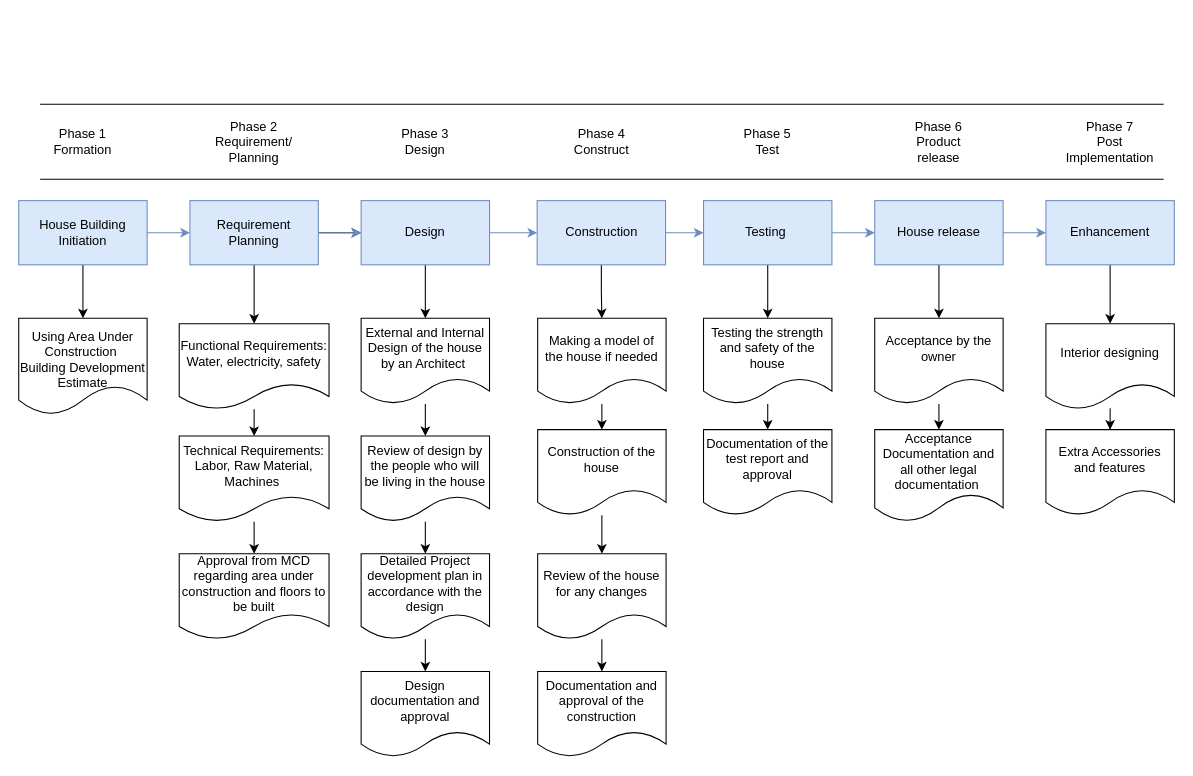
Dikshit28/SEPM_Dikshit19csu379 keeps this draw.io diagram as SDLC for building a house.drawio. Above is the earlier version. Source tidied: cells renumbered, new cells numbered last; positions are measured from the earlier drawing's top-left corner, leaving out a move shared by most shapes. Both pictures are drawn from the tidied source at 107%, with x=0, y=0 at pixel (18, 104).
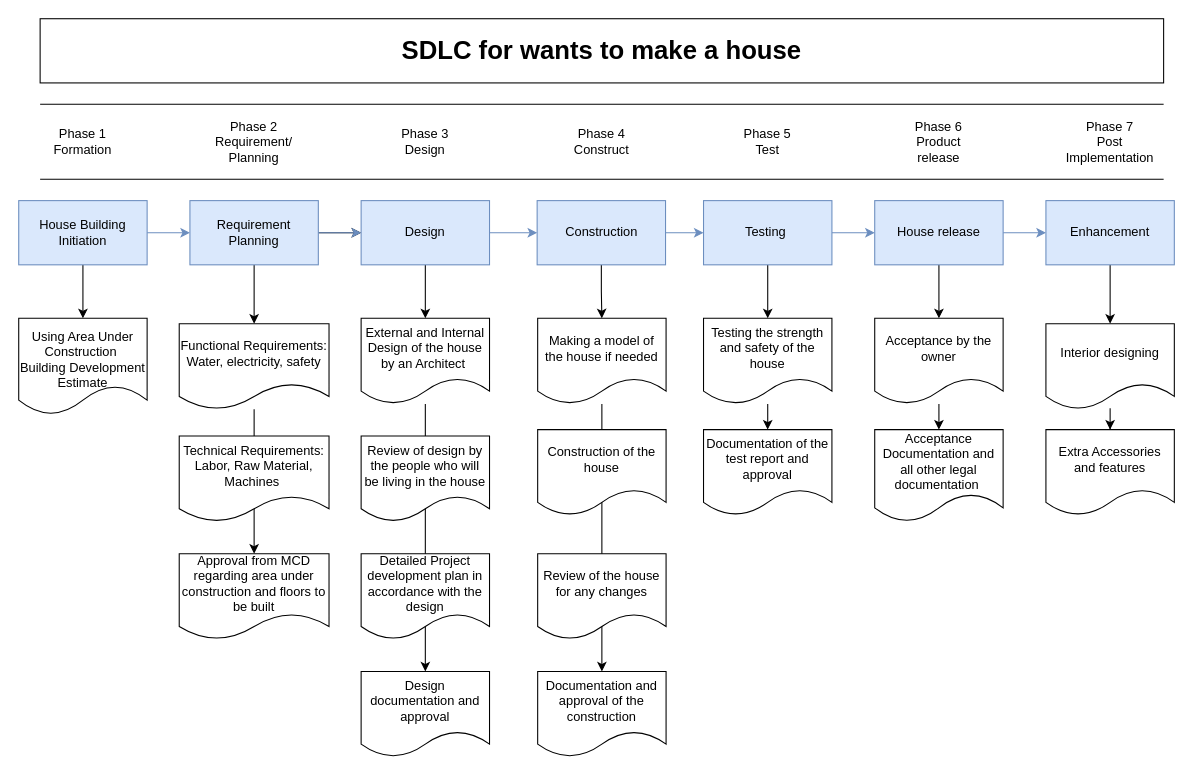
The same page after the edit.

The change refers to these unchanged cells:
```xml
<mxCell id="14" value="Functional Requirements:&lt;br&gt;Water, electricity, safety" style="shape=document;whiteSpace=wrap;html=1;boundedLbl=1;rounded=0;" parent="1" vertex="1">
  <mxGeometry x="150" y="205" width="140" height="80" as="geometry" />
</mxCell>
<mxCell id="16" value="Technical Requirements:&lt;br&gt;Labor, Raw Material, Machines&amp;nbsp;" style="shape=document;whiteSpace=wrap;html=1;boundedLbl=1;rounded=0;" parent="1" vertex="1">
  <mxGeometry x="150" y="310" width="140" height="80" as="geometry" />
</mxCell>
<mxCell id="17" value="Approval from MCD regarding area under construction and floors to be built" style="shape=document;whiteSpace=wrap;html=1;boundedLbl=1;rounded=0;" parent="1" vertex="1">
  <mxGeometry x="150" y="420" width="140" height="80" as="geometry" />
</mxCell>
<mxCell id="19" value="External and Internal Design of the house by an Architect&amp;nbsp;" style="shape=document;whiteSpace=wrap;html=1;boundedLbl=1;rounded=0;" parent="1" vertex="1">
  <mxGeometry x="320" y="200" width="120" height="80" as="geometry" />
</mxCell>
<mxCell id="21" value="Review of design by the people who will be living in the house" style="shape=document;whiteSpace=wrap;html=1;boundedLbl=1;rounded=0;" parent="1" vertex="1">
  <mxGeometry x="320" y="310" width="120" height="80" as="geometry" />
</mxCell>
<mxCell id="23" value="Detailed Project development plan in accordance with the design" style="shape=document;whiteSpace=wrap;html=1;boundedLbl=1;rounded=0;" parent="1" vertex="1">
  <mxGeometry x="320" y="420" width="120" height="80" as="geometry" />
</mxCell>
<mxCell id="28" value="Making a model of the house if needed" style="shape=document;whiteSpace=wrap;html=1;boundedLbl=1;rounded=0;" parent="1" vertex="1">
  <mxGeometry x="485" y="200" width="120" height="80" as="geometry" />
</mxCell>
<mxCell id="30" value="Construction of the house" style="shape=document;whiteSpace=wrap;html=1;boundedLbl=1;rounded=0;" parent="1" vertex="1">
  <mxGeometry x="485" y="304" width="120" height="80" as="geometry" />
</mxCell>
<mxCell id="32" value="Review of the house for any changes" style="shape=document;whiteSpace=wrap;html=1;boundedLbl=1;rounded=0;" parent="1" vertex="1">
  <mxGeometry x="485" y="420" width="120" height="80" as="geometry" />
</mxCell>
<mxCell id="39" value="Design documentation and approval" style="shape=document;whiteSpace=wrap;html=1;boundedLbl=1;rounded=0;" parent="1" vertex="1">
  <mxGeometry x="320" y="530" width="120" height="80" as="geometry" />
</mxCell>
<mxCell id="40" value="Documentation and approval of the construction" style="shape=document;whiteSpace=wrap;html=1;boundedLbl=1;rounded=0;" parent="1" vertex="1">
  <mxGeometry x="485" y="530" width="120" height="80" as="geometry" />
</mxCell>
```

What changed in the source:
```diff
@@
-    <mxCell id="13" style="edgeStyle=orthogonalEdgeStyle;rounded=0;jettySize=auto;html=1;" parent="1" edge="1" source="14" target="16">
-      <mxGeometry relative="1" as="geometry" />
-    </mxCell>
+    <mxCell id="61" style="edgeStyle=orthogonalEdgeStyle;rounded=0;jettySize=auto;html=1;entryX=0.5;entryY=0;entryDx=0;entryDy=0;fontFamily=Helvetica;fontSize=24;" parent="1" edge="1" source="14" target="17">
+      <mxGeometry relative="1" as="geometry" />
+    </mxCell>
@@
-    <mxCell id="15" style="edgeStyle=orthogonalEdgeStyle;rounded=0;jettySize=auto;html=1;" parent="1" edge="1" source="16" target="17">
-      <mxGeometry relative="1" as="geometry" />
-    </mxCell>
@@
-    <mxCell id="18" style="edgeStyle=orthogonalEdgeStyle;rounded=0;jettySize=auto;html=1;" parent="1" edge="1" source="19" target="21">
-      <mxGeometry relative="1" as="geometry" />
-    </mxCell>
+    <mxCell id="62" style="edgeStyle=orthogonalEdgeStyle;rounded=0;jettySize=auto;html=1;fontFamily=Helvetica;fontSize=24;" parent="1" edge="1" source="19" target="39">
+      <mxGeometry relative="1" as="geometry" />
+    </mxCell>
@@
-    <mxCell id="20" style="edgeStyle=orthogonalEdgeStyle;rounded=0;jettySize=auto;html=1;" parent="1" edge="1" source="21" target="23">
-      <mxGeometry relative="1" as="geometry" />
-    </mxCell>
@@
-    <mxCell id="22" style="edgeStyle=orthogonalEdgeStyle;rounded=0;jettySize=auto;html=1;" parent="1" edge="1" source="23" target="39">
-      <mxGeometry relative="1" as="geometry" />
-    </mxCell>
@@
-    <mxCell id="27" style="edgeStyle=orthogonalEdgeStyle;rounded=0;jettySize=auto;html=1;" parent="1" edge="1" source="28" target="30">
-      <mxGeometry relative="1" as="geometry" />
-    </mxCell>
+    <mxCell id="63" style="edgeStyle=orthogonalEdgeStyle;rounded=0;jettySize=auto;html=1;entryX=0.5;entryY=0;entryDx=0;entryDy=0;fontFamily=Helvetica;fontSize=24;" parent="1" edge="1" source="28" target="40">
+      <mxGeometry relative="1" as="geometry" />
+    </mxCell>
@@
-    <mxCell id="29" style="edgeStyle=orthogonalEdgeStyle;rounded=0;jettySize=auto;html=1;" parent="1" edge="1" source="30" target="32">
-      <mxGeometry relative="1" as="geometry" />
-    </mxCell>
@@
-    <mxCell id="31" style="edgeStyle=orthogonalEdgeStyle;rounded=0;jettySize=auto;html=1;" parent="1" edge="1" source="32" target="40">
-      <mxGeometry relative="1" as="geometry" />
-    </mxCell>
@@
+    <mxCell id="64" value="&lt;font style=&quot;font-size: 24px&quot;&gt;&lt;b&gt;SDLC for wants to make a house&lt;/b&gt;&lt;/font&gt;" style="whiteSpace=wrap;html=1;fontSize=18;" parent="1" vertex="1">
+      <mxGeometry x="20" y="-80" width="1050" height="60" as="geometry" />
+    </mxCell>
```
